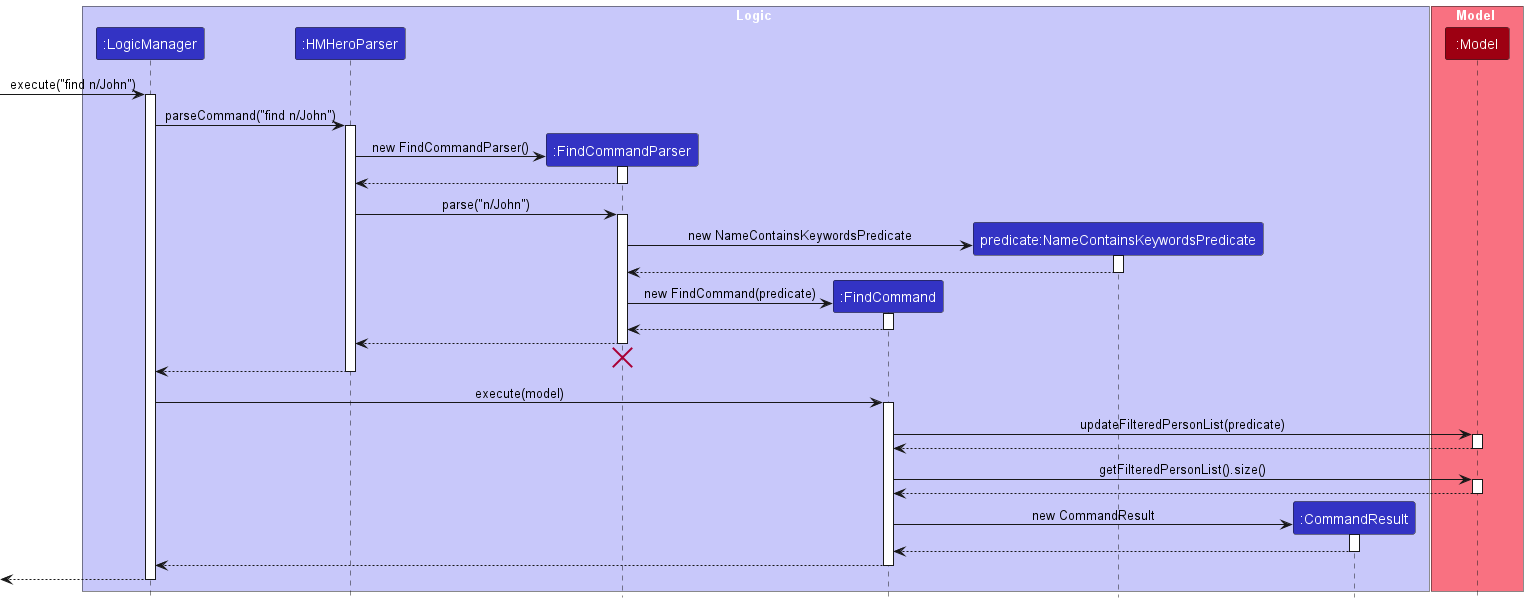
Above: docs/images/FindSequenceDiagram.png in nus-cs2103-AY2223S2/tp (PlantUML), before the change.
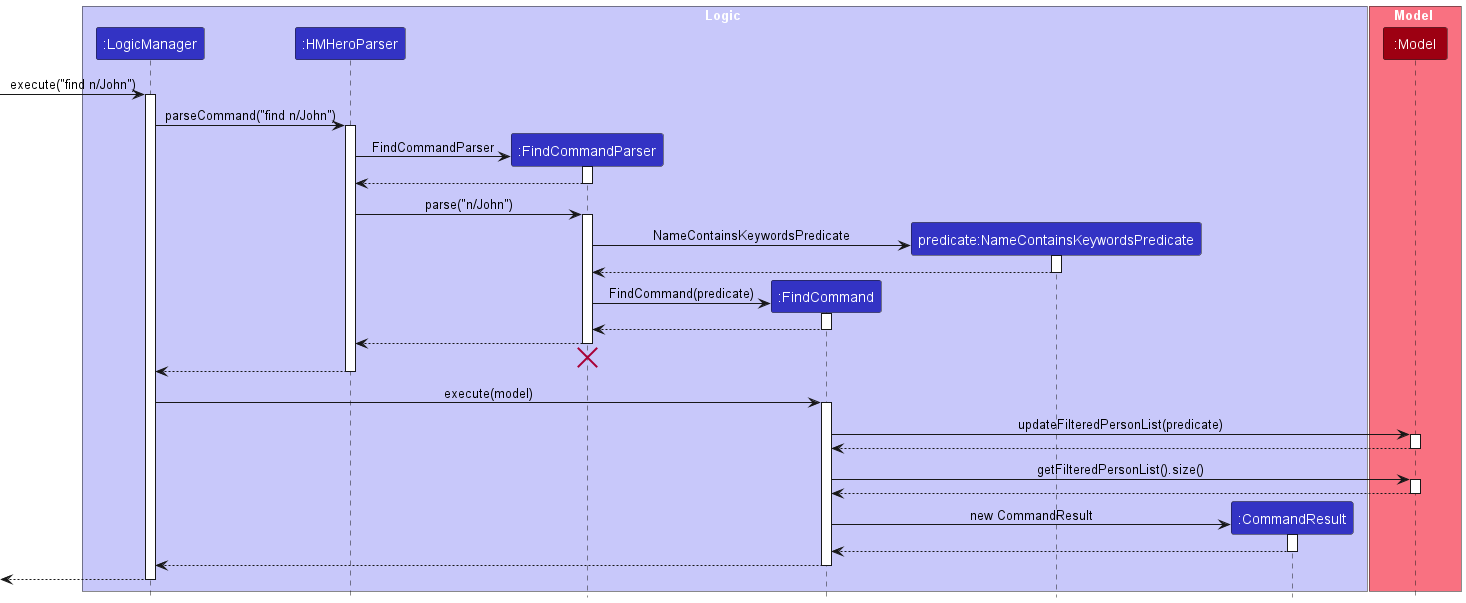
Above is the later version.

Change to the diagram source:
```diff
@@ -21,7 +21,7 @@
 activate HMHeroParser
 
 create FindCommandParser
-HMHeroParser -> FindCommandParser : new FindCommandParser()
+HMHeroParser -> FindCommandParser : FindCommandParser
 activate FindCommandParser
 
 FindCommandParser --> HMHeroParser
@@ -31,14 +31,14 @@
 activate FindCommandParser
 
 create NameContainsKeywordsPredicate
-FindCommandParser -> NameContainsKeywordsPredicate : new NameContainsKeywordsPredicate
+FindCommandParser -> NameContainsKeywordsPredicate : NameContainsKeywordsPredicate
 activate NameContainsKeywordsPredicate
 
 NameContainsKeywordsPredicate --> FindCommandParser
 deactivate NameContainsKeywordsPredicate
 
 create FindCommand
-FindCommandParser -> FindCommand : new FindCommand(predicate)
+FindCommandParser -> FindCommand : FindCommand(predicate)
 activate FindCommand
 
 FindCommand --> FindCommandParser :
```
